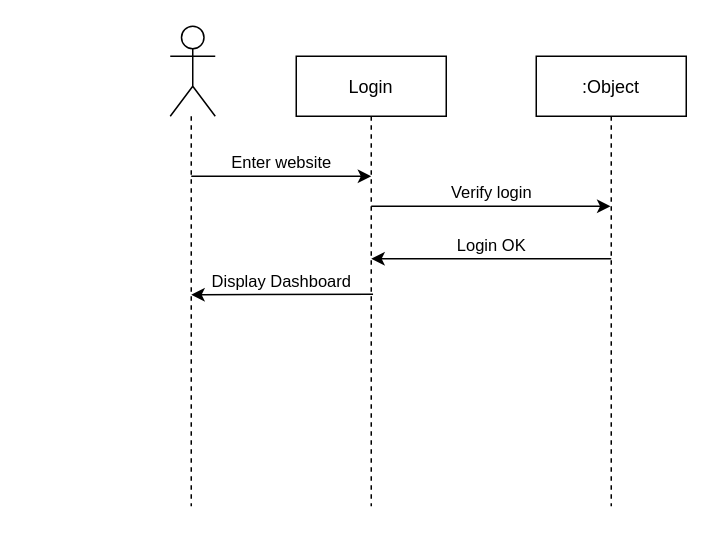
The draw.io diagram Sequence Diagram.drawio in nurulislamz/Django-Paper-Trading-App, before the edit. Source tidied: cells renumbered, new cells numbered last; positions are measured from the earlier drawing's top-left corner, leaving out a move shared by most shapes. Both pictures are drawn from the tidied source at 150%, with x=0, y=0 at pixel (170, 26).
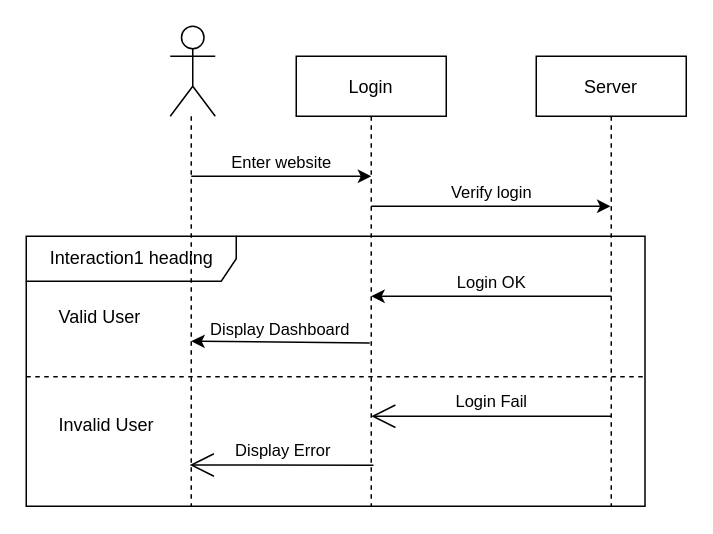
After the change.

Unchanged cells that the change refers to:
```xml
<mxCell id="2" value="Login" style="shape=umlLifeline;perimeter=lifelinePerimeter;rounded=0;shadow=0;strokeWidth=1;" parent="1" vertex="1">
  <mxGeometry x="84" y="20" width="100" height="300" as="geometry" />
</mxCell>
```

Diff of the diagram source:
```diff
@@
+    <mxCell id="10" value="Interaction1 heading" style="shape=umlFrame;tabWidth=110;tabHeight=30;tabPosition=left;html=1;boundedLbl=1;labelInHeader=1;width=140;height=30;hachureGap=4;" parent="1" vertex="1">
+      <mxGeometry x="-96" y="140" width="412.5" height="180" as="geometry" />
+    </mxCell>
+    <mxCell id="11" value="Valid User" style="text;hachureGap=4;" parent="10" vertex="1">
+      <mxGeometry width="100" height="20" relative="1" as="geometry">
+        <mxPoint x="20" y="40" as="offset" />
+      </mxGeometry>
+    </mxCell>
+    <mxCell id="12" value="Invalid User" style="line;strokeWidth=1;dashed=1;labelPosition=center;verticalLabelPosition=bottom;align=left;verticalAlign=top;spacingLeft=20;spacingTop=15;hachureGap=4;" parent="10" vertex="1">
+      <mxGeometry y="90" width="412.5" height="7.2" as="geometry" />
+    </mxCell>
+    <mxCell id="13" value="Display Error" style="edgeStyle=none;orthogonalLoop=1;jettySize=auto;html=1;rounded=0;endArrow=open;startSize=14;endSize=14;sourcePerimeterSpacing=8;targetPerimeterSpacing=8;curved=1;exitX=0.525;exitY=0.867;exitDx=0;exitDy=0;exitPerimeter=0;" parent="10" edge="1">
+      <mxGeometry y="-10" relative="1" as="geometry">
+        <mxPoint x="231.5" y="152.6" as="sourcePoint" />
+        <mxPoint x="109" y="152.5" as="targetPoint" />
+      </mxGeometry>
+    </mxCell>
@@
-    <mxCell id="3" value=":Object" style="shape=umlLifeline;perimeter=lifelinePerimeter;rounded=0;shadow=0;strokeWidth=1;" parent="1" vertex="1">
+    <mxCell id="3" value="Server" style="shape=umlLifeline;perimeter=lifelinePerimeter;rounded=0;shadow=0;strokeWidth=1;" parent="1" vertex="1">
       <mxGeometry x="244" y="20" width="100" height="300" as="geometry" />
     </mxCell>
+    <mxCell id="8" value="Login OK" style="endArrow=classic;rounded=0;html=1;labelPosition=center;verticalLabelPosition=top;align=center;verticalAlign=bottom;entryX=0.5;entryY=0.4;entryDx=0;entryDy=0;entryPerimeter=0;" parent="3" edge="1">
+      <mxGeometry relative="1" as="geometry">
+        <mxPoint x="50" y="160" as="sourcePoint" />
+        <mxPoint x="-110" y="160" as="targetPoint" />
+      </mxGeometry>
+    </mxCell>
@@
-    <mxCell id="8" value="Login OK" style="endArrow=classic;rounded=0;html=1;labelPosition=center;verticalLabelPosition=top;align=center;verticalAlign=bottom;entryX=0.5;entryY=0.4;entryDx=0;entryDy=0;entryPerimeter=0;" parent="1" edge="1">
-      <mxGeometry relative="1" as="geometry">
-        <mxPoint x="294" y="155" as="sourcePoint" />
-        <mxPoint x="134" y="155" as="targetPoint" />
-      </mxGeometry>
-    </mxCell>
-    <mxCell id="9" value="Display Dashboard" style="endArrow=classic;html=1;rounded=0;exitX=0.512;exitY=0.529;exitDx=0;exitDy=0;exitPerimeter=0;labelPosition=center;verticalLabelPosition=top;align=center;verticalAlign=bottom;" parent="1" edge="1" source="2">
+    <mxCell id="9" value="Display Dashboard" style="endArrow=classic;html=1;rounded=0;labelPosition=center;verticalLabelPosition=top;align=center;verticalAlign=bottom;exitX=0.49;exitY=0.637;exitDx=0;exitDy=0;exitPerimeter=0;" parent="1" edge="1" source="2">
       <mxGeometry relative="1" as="geometry">
-        <mxPoint x="14" y="179" as="targetPoint" />
+        <mxPoint x="14" y="210" as="targetPoint" />
       </mxGeometry>
     </mxCell>
+    <mxCell id="14" value="Login Fail" style="edgeStyle=none;orthogonalLoop=1;jettySize=auto;html=1;rounded=0;endArrow=open;startSize=14;endSize=14;sourcePerimeterSpacing=8;targetPerimeterSpacing=8;curved=1;" parent="1" edge="1">
+      <mxGeometry y="-10" relative="1" as="geometry">
+        <mxPoint x="294" y="260" as="sourcePoint" />
+        <mxPoint x="134" y="260" as="targetPoint" />
+      </mxGeometry>
+    </mxCell>
```
